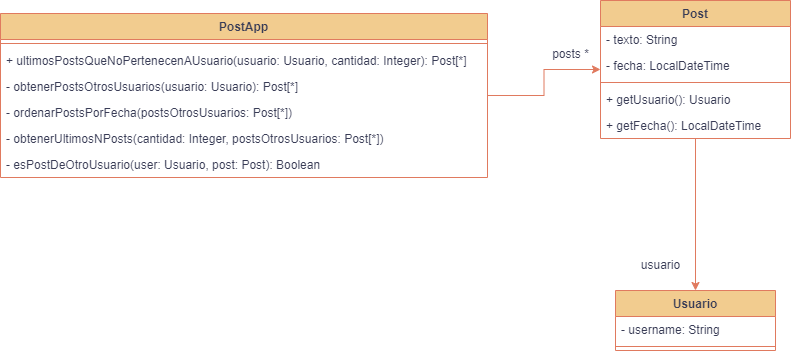
The draw.io diagram REFACTORING/img/ejercicio2_3-UML_2.png in agusrnfr/OO2, before a commit. Source tidied: cells renumbered, new cells last; positions are measured from the earlier drawing's top-left corner, leaving out a move shared by most shapes.
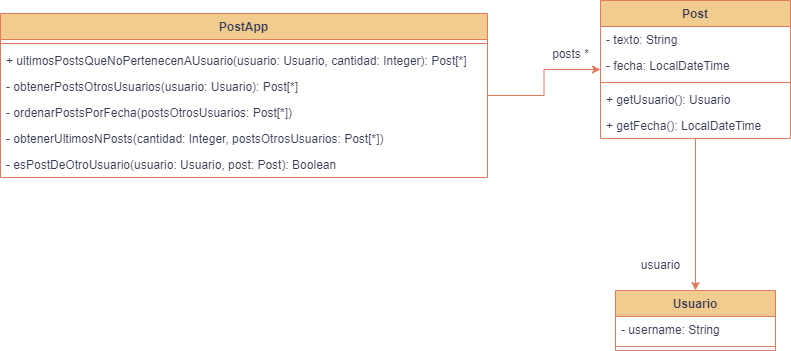
Later version of the same file.

Commit message:
corrijo uml

Change to the diagram source:
```diff
@@ -23,7 +23,7 @@
     <mxCell id="8" value="- obtenerUltimosNPosts(cantidad: Integer, postsOtrosUsuarios: Post[*])" style="text;strokeColor=none;fillColor=none;align=left;verticalAlign=top;spacingLeft=4;spacingRight=4;overflow=hidden;labelBackgroundColor=none;fontColor=#393C56;" parent="3" vertex="1">
       <mxGeometry y="112" width="487" height="26" as="geometry" />
     </mxCell>
-    <mxCell id="9" value="- esPostDeOtroUsuario(user: Usuario, post: Post): Boolean" style="text;strokeColor=none;fillColor=none;align=left;verticalAlign=top;spacingLeft=4;spacingRight=4;overflow=hidden;labelBackgroundColor=none;fontColor=#393C56;" parent="3" vertex="1">
+    <mxCell id="9" value="- esPostDeOtroUsuario(usuario: Usuario, post: Post): Boolean" style="text;strokeColor=none;fillColor=none;align=left;verticalAlign=top;spacingLeft=4;spacingRight=4;overflow=hidden;labelBackgroundColor=none;fontColor=#393C56;" parent="3" vertex="1">
       <mxGeometry y="138" width="487" height="26" as="geometry" />
     </mxCell>
     <mxCell id="10" style="edgeStyle=orthogonalEdgeStyle;rounded=0;jettySize=auto;html=1;entryX=0.5;entryY=0;entryDx=0;entryDy=0;labelBackgroundColor=none;strokeColor=#E07A5F;fontColor=default;" parent="1" edge="1" source="11" target="17">
```
